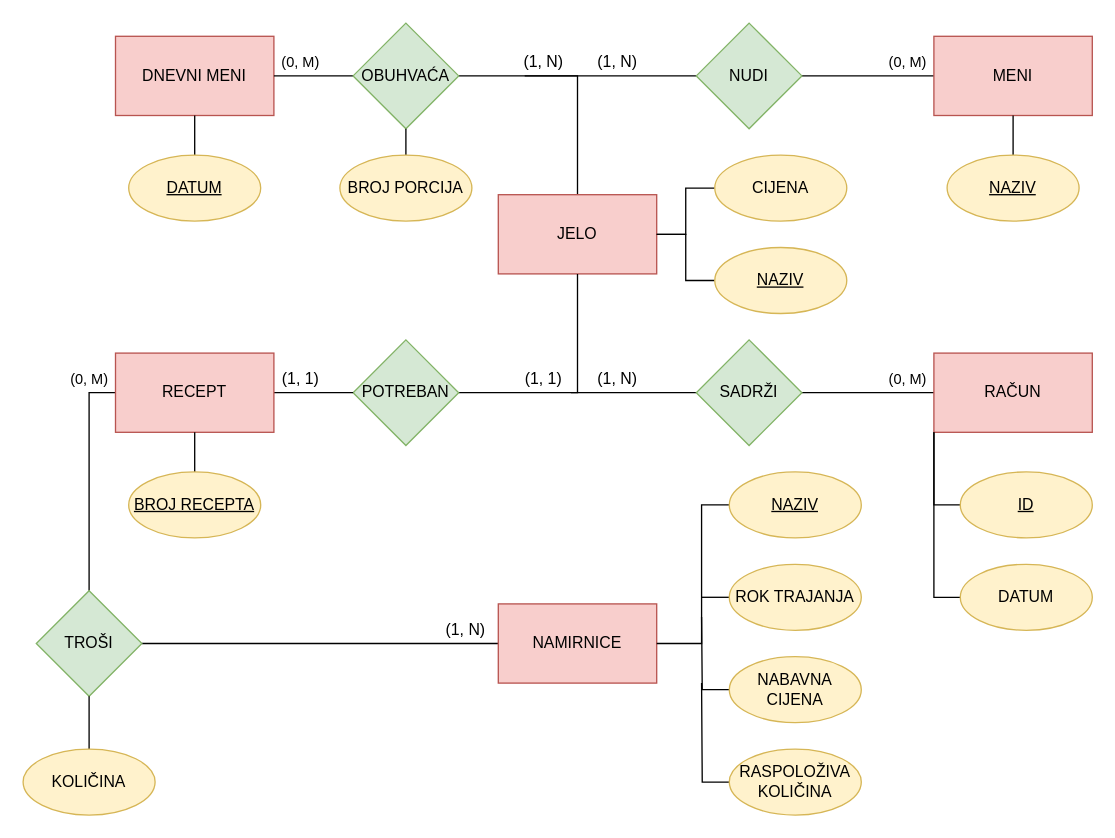
42-6f-17e-6f-20-44-75-72-64-6f-76/bazePodataka keeps this draw.io diagram as restoran.drawio. Above is the earlier version. Source tidied: cells renumbered, new cells numbered last; positions are measured from the earlier drawing's top-left corner, leaving out a move shared by most shapes. Both pictures are drawn from the tidied source at 132%, with x=0, y=0 at pixel (22, 22).
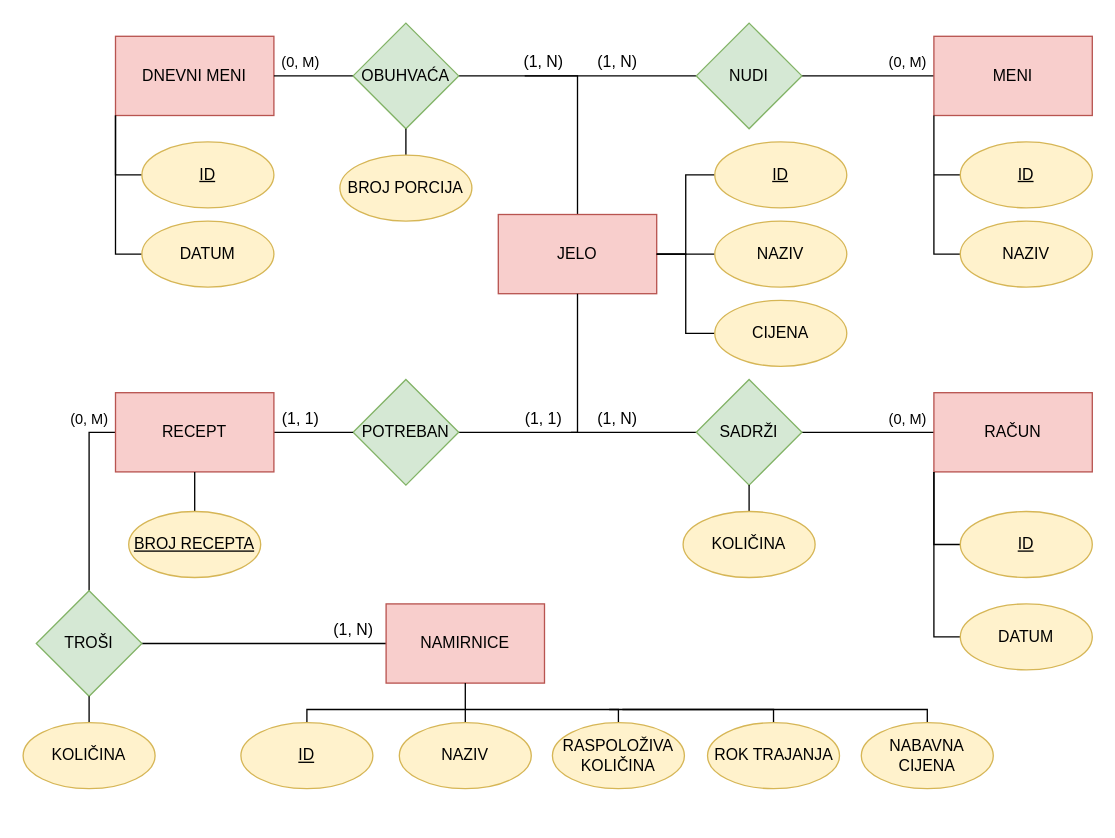
The same page after the edit.

Unchanged cells that the change refers to:
```xml
<mxCell id="2" value="DNEVNI MENI" style="rounded=0;whiteSpace=wrap;html=1;fillColor=#f8cecc;strokeColor=#b85450;" parent="1" vertex="1">
  <mxGeometry x="70" y="10" width="120" height="60" as="geometry" />
</mxCell>
<mxCell id="10" value="MENI" style="rounded=0;whiteSpace=wrap;html=1;fillColor=#f8cecc;strokeColor=#b85450;" parent="1" vertex="1">
  <mxGeometry x="690" y="10" width="120" height="60" as="geometry" />
</mxCell>
<mxCell id="20" value="TROŠI" style="rhombus;whiteSpace=wrap;html=1;fillColor=#d5e8d4;strokeColor=#82b366;" parent="1" vertex="1">
  <mxGeometry x="10" y="430" width="80" height="80" as="geometry" />
</mxCell>
```

What changed in the source:
```diff
@@
     <mxCell id="6" value="JELO" style="rounded=0;whiteSpace=wrap;html=1;fillColor=#f8cecc;strokeColor=#b85450;" parent="1" vertex="1">
-      <mxGeometry x="360" y="130" width="120" height="60" as="geometry" />
+      <mxGeometry x="360" y="145" width="120" height="60" as="geometry" />
     </mxCell>
@@
     <mxCell id="11" style="edgeStyle=orthogonalEdgeStyle;rounded=0;jettySize=auto;html=1;endArrow=none;endFill=0;" parent="1" edge="1" source="13">
       <mxGeometry relative="1" as="geometry">
-        <mxPoint x="415" y="280" as="targetPoint" />
+        <mxPoint x="415" y="310" as="targetPoint" />
       </mxGeometry>
     </mxCell>
@@
     <mxCell id="13" value="SADRŽI" style="rhombus;whiteSpace=wrap;html=1;fillColor=#d5e8d4;strokeColor=#82b366;" parent="1" vertex="1">
-      <mxGeometry x="510" y="240" width="80" height="80" as="geometry" />
+      <mxGeometry x="510" y="270" width="80" height="80" as="geometry" />
     </mxCell>
@@
     <mxCell id="15" value="POTREBAN" style="rhombus;whiteSpace=wrap;html=1;fillColor=#d5e8d4;strokeColor=#82b366;" parent="1" vertex="1">
-      <mxGeometry x="250" y="240" width="80" height="80" as="geometry" />
+      <mxGeometry x="250" y="270" width="80" height="80" as="geometry" />
     </mxCell>
     <mxCell id="16" value="RAČUN" style="rounded=0;whiteSpace=wrap;html=1;fillColor=#f8cecc;strokeColor=#b85450;" parent="1" vertex="1">
-      <mxGeometry x="690" y="250" width="120" height="60" as="geometry" />
+      <mxGeometry x="690" y="280" width="120" height="60" as="geometry" />
     </mxCell>
@@
-    <mxCell id="18" style="edgeStyle=orthogonalEdgeStyle;rounded=0;jettySize=auto;html=1;entryX=0;entryY=0.5;entryDx=0;entryDy=0;endArrow=none;endFill=0;" parent="1" edge="1" source="20" target="28">
+    <mxCell id="18" style="edgeStyle=orthogonalEdgeStyle;rounded=0;jettySize=auto;html=1;entryX=0;entryY=0.5;entryDx=0;entryDy=0;endArrow=none;endFill=0;exitX=0.5;exitY=0;exitDx=0;exitDy=0;" parent="1" edge="1" source="20" target="28">
       <mxGeometry relative="1" as="geometry" />
     </mxCell>
@@
     <mxCell id="21" value="NAMIRNICE" style="rounded=0;whiteSpace=wrap;html=1;fillColor=#f8cecc;strokeColor=#b85450;" parent="1" vertex="1">
-      <mxGeometry x="360" y="440" width="120" height="60" as="geometry" />
+      <mxGeometry x="275" y="440" width="120" height="60" as="geometry" />
     </mxCell>
@@
     <mxCell id="24" value="(1, N)" style="text;html=1;align=center;verticalAlign=middle;" parent="1" vertex="1">
-      <mxGeometry x="425" y="260" width="50" height="20" as="geometry" />
+      <mxGeometry x="425" y="290" width="50" height="20" as="geometry" />
     </mxCell>
     <mxCell id="25" value="(1, 1)" style="text;html=1;align=center;verticalAlign=middle;" parent="1" vertex="1">
-      <mxGeometry x="374" y="260" width="40" height="20" as="geometry" />
+      <mxGeometry x="374" y="290" width="40" height="20" as="geometry" />
     </mxCell>
     <mxCell id="26" value="(1, 1)" style="text;html=1;align=center;verticalAlign=middle;" parent="1" vertex="1">
-      <mxGeometry x="190" y="260" width="40" height="20" as="geometry" />
+      <mxGeometry x="190" y="290" width="40" height="20" as="geometry" />
     </mxCell>
     <mxCell id="27" value="(1, N)" style="text;html=1;align=center;verticalAlign=middle;" parent="1" vertex="1">
-      <mxGeometry x="310" y="450" width="50" height="20" as="geometry" />
+      <mxGeometry x="225" y="450" width="50" height="20" as="geometry" />
     </mxCell>
     <mxCell id="28" value="RECEPT" style="rounded=0;whiteSpace=wrap;html=1;fillColor=#f8cecc;strokeColor=#b85450;" parent="1" vertex="1">
-      <mxGeometry x="70" y="250" width="120" height="60" as="geometry" />
+      <mxGeometry x="70" y="280" width="120" height="60" as="geometry" />
     </mxCell>
     <mxCell id="29" value="&lt;span style=&quot;font-size: 11px ; background-color: rgb(255 , 255 , 255)&quot;&gt;(0, M)&lt;/span&gt;" style="text;html=1;align=center;verticalAlign=middle;" parent="1" vertex="1">
-      <mxGeometry x="30" y="260" width="40" height="20" as="geometry" />
+      <mxGeometry x="30" y="290" width="40" height="20" as="geometry" />
     </mxCell>
@@
     <mxCell id="32" value="&lt;span style=&quot;font-size: 11px ; background-color: rgb(255 , 255 , 255)&quot;&gt;(0, M)&lt;/span&gt;" style="text;html=1;align=center;verticalAlign=middle;" parent="1" vertex="1">
-      <mxGeometry x="650" y="260" width="40" height="20" as="geometry" />
+      <mxGeometry x="650" y="290" width="40" height="20" as="geometry" />
     </mxCell>
@@
     <mxCell id="34" value="&lt;span&gt;KOLIČINA&lt;/span&gt;" style="ellipse;whiteSpace=wrap;html=1;glass=0;fillColor=#fff2cc;strokeColor=#d6b656;" parent="1" vertex="1">
-      <mxGeometry y="550" width="100" height="50" as="geometry" />
+      <mxGeometry y="530" width="100" height="50" as="geometry" />
     </mxCell>
@@
     <mxCell id="36" value="BROJ RECEPTA" style="ellipse;whiteSpace=wrap;html=1;glass=0;fillColor=#fff2cc;strokeColor=#d6b656;fontStyle=4;" parent="1" vertex="1">
-      <mxGeometry x="80" y="340" width="100" height="50" as="geometry" />
+      <mxGeometry x="80" y="370" width="100" height="50" as="geometry" />
     </mxCell>
-    <mxCell id="37" style="edgeStyle=orthogonalEdgeStyle;rounded=0;jettySize=auto;html=1;endArrow=none;endFill=0;" parent="1" edge="1" source="38">
-      <mxGeometry relative="1" as="geometry">
-        <mxPoint x="514" y="450" as="targetPoint" />
-      </mxGeometry>
-    </mxCell>
+    <mxCell id="59" style="edgeStyle=orthogonalEdgeStyle;rounded=0;jettySize=auto;html=1;endArrow=none;endFill=0;" parent="1" edge="1" source="38">
+      <mxGeometry relative="1" as="geometry">
+        <mxPoint x="444" y="520" as="targetPoint" />
+        <Array as="points">
+          <mxPoint x="685" y="520" />
+        </Array>
+      </mxGeometry>
+    </mxCell>
     <mxCell id="38" value="&lt;span&gt;NABAVNA CIJENA&lt;/span&gt;" style="ellipse;whiteSpace=wrap;html=1;glass=0;fillColor=#fff2cc;strokeColor=#d6b656;" parent="1" vertex="1">
-      <mxGeometry x="535" y="480" width="100" height="50" as="geometry" />
+      <mxGeometry x="635" y="530" width="100" height="50" as="geometry" />
     </mxCell>
-    <mxCell id="39" style="edgeStyle=orthogonalEdgeStyle;rounded=0;jettySize=auto;html=1;endArrow=none;endFill=0;" parent="1" edge="1" source="40">
-      <mxGeometry relative="1" as="geometry">
-        <mxPoint x="514" y="435" as="targetPoint" />
-      </mxGeometry>
-    </mxCell>
+    <mxCell id="60" style="edgeStyle=orthogonalEdgeStyle;rounded=0;jettySize=auto;html=1;endArrow=none;endFill=0;" parent="1" edge="1" source="40">
+      <mxGeometry relative="1" as="geometry">
+        <mxPoint x="454" y="520" as="targetPoint" />
+        <Array as="points">
+          <mxPoint x="569" y="520" />
+        </Array>
+      </mxGeometry>
+    </mxCell>
     <mxCell id="40" value="&lt;span&gt;ROK TRAJANJA&lt;/span&gt;" style="ellipse;whiteSpace=wrap;html=1;glass=0;fillColor=#fff2cc;strokeColor=#d6b656;" parent="1" vertex="1">
-      <mxGeometry x="535" y="410" width="100" height="50" as="geometry" />
+      <mxGeometry x="518.5" y="530" width="100" height="50" as="geometry" />
     </mxCell>
-    <mxCell id="41" style="edgeStyle=orthogonalEdgeStyle;rounded=0;jettySize=auto;html=1;entryX=1;entryY=0.5;entryDx=0;entryDy=0;endArrow=none;endFill=0;" parent="1" edge="1" source="42" target="21">
-      <mxGeometry relative="1" as="geometry">
-        <Array as="points">
-          <mxPoint x="514" y="365" />
-          <mxPoint x="514" y="470" />
-          <mxPoint x="480" y="470" />
-        </Array>
-      </mxGeometry>
+    <mxCell id="41" style="edgeStyle=orthogonalEdgeStyle;rounded=0;jettySize=auto;html=1;entryX=0.5;entryY=1;entryDx=0;entryDy=0;endArrow=none;endFill=0;" parent="1" edge="1" source="42" target="21">
+      <mxGeometry relative="1" as="geometry" />
     </mxCell>
-    <mxCell id="42" value="&lt;span&gt;NAZIV&lt;/span&gt;" style="ellipse;whiteSpace=wrap;html=1;glass=0;fontStyle=4;fillColor=#fff2cc;strokeColor=#d6b656;" parent="1" vertex="1">
-      <mxGeometry x="535" y="340" width="100" height="50" as="geometry" />
+    <mxCell id="42" value="&lt;span&gt;NAZIV&lt;/span&gt;" style="ellipse;whiteSpace=wrap;html=1;glass=0;fontStyle=0;fillColor=#fff2cc;strokeColor=#d6b656;" parent="1" vertex="1">
+      <mxGeometry x="285" y="530" width="100" height="50" as="geometry" />
     </mxCell>
-    <mxCell id="43" style="edgeStyle=orthogonalEdgeStyle;rounded=0;jettySize=auto;html=1;endArrow=none;endFill=0;" parent="1" edge="1" source="44">
-      <mxGeometry relative="1" as="geometry">
-        <mxPoint x="514" y="500" as="targetPoint" />
-      </mxGeometry>
-    </mxCell>
+    <mxCell id="61" style="edgeStyle=orthogonalEdgeStyle;rounded=0;jettySize=auto;html=1;endArrow=none;endFill=0;" parent="1" edge="1" source="44">
+      <mxGeometry relative="1" as="geometry">
+        <mxPoint x="334" y="520" as="targetPoint" />
+        <Array as="points">
+          <mxPoint x="451" y="520" />
+        </Array>
+      </mxGeometry>
+    </mxCell>
     <mxCell id="44" value="&lt;span&gt;RASPOLOŽIVA KOLIČINA&lt;/span&gt;" style="ellipse;whiteSpace=wrap;html=1;glass=0;fillColor=#fff2cc;strokeColor=#d6b656;" parent="1" vertex="1">
-      <mxGeometry x="535" y="550" width="100" height="50" as="geometry" />
+      <mxGeometry x="401" y="530" width="100" height="50" as="geometry" />
     </mxCell>
@@
     <mxCell id="46" value="&lt;span&gt;DATUM&lt;/span&gt;" style="ellipse;whiteSpace=wrap;html=1;glass=0;fillColor=#fff2cc;strokeColor=#d6b656;" parent="1" vertex="1">
-      <mxGeometry x="710" y="410" width="100" height="50" as="geometry" />
+      <mxGeometry x="710" y="440" width="100" height="50" as="geometry" />
     </mxCell>
@@
     <mxCell id="48" value="&lt;span&gt;ID&lt;/span&gt;" style="ellipse;whiteSpace=wrap;html=1;glass=0;fontStyle=4;fillColor=#fff2cc;strokeColor=#d6b656;" parent="1" vertex="1">
-      <mxGeometry x="710" y="340" width="100" height="50" as="geometry" />
+      <mxGeometry x="710" y="370" width="100" height="50" as="geometry" />
     </mxCell>
-    <mxCell id="49" style="edgeStyle=orthogonalEdgeStyle;rounded=0;jettySize=auto;html=1;endArrow=none;endFill=0;" parent="1" edge="1" source="50" target="2">
+    <mxCell id="49" style="edgeStyle=orthogonalEdgeStyle;rounded=0;jettySize=auto;html=1;endArrow=none;endFill=0;entryX=0;entryY=1;entryDx=0;entryDy=0;exitX=0;exitY=0.5;exitDx=0;exitDy=0;" parent="1" edge="1" source="50" target="2">
       <mxGeometry relative="1" as="geometry" />
     </mxCell>
-    <mxCell id="50" value="DATUM" style="ellipse;whiteSpace=wrap;html=1;glass=0;fillColor=#fff2cc;strokeColor=#d6b656;fontStyle=4;" parent="1" vertex="1">
-      <mxGeometry x="80" y="100" width="100" height="50" as="geometry" />
+    <mxCell id="50" value="ID" style="ellipse;whiteSpace=wrap;html=1;glass=0;fillColor=#fff2cc;strokeColor=#d6b656;fontStyle=4;" parent="1" vertex="1">
+      <mxGeometry x="90" y="90" width="100" height="50" as="geometry" />
     </mxCell>
@@
-    <mxCell id="54" value="&lt;span&gt;NAZIV&lt;/span&gt;" style="ellipse;whiteSpace=wrap;html=1;glass=0;fillColor=#fff2cc;strokeColor=#d6b656;fontStyle=4;" parent="1" vertex="1">
-      <mxGeometry x="524" y="170" width="100" height="50" as="geometry" />
+    <mxCell id="54" value="&lt;span&gt;NAZIV&lt;/span&gt;" style="ellipse;whiteSpace=wrap;html=1;glass=0;fillColor=#fff2cc;strokeColor=#d6b656;fontStyle=0;" parent="1" vertex="1">
+      <mxGeometry x="524" y="150" width="100" height="50" as="geometry" />
     </mxCell>
@@
     <mxCell id="56" value="CIJENA" style="ellipse;whiteSpace=wrap;html=1;glass=0;fillColor=#fff2cc;strokeColor=#d6b656;fontStyle=0;" parent="1" vertex="1">
-      <mxGeometry x="524" y="100" width="100" height="50" as="geometry" />
+      <mxGeometry x="524" y="210" width="100" height="50" as="geometry" />
     </mxCell>
-    <mxCell id="57" style="edgeStyle=orthogonalEdgeStyle;rounded=0;jettySize=auto;html=1;entryX=0.5;entryY=1;entryDx=0;entryDy=0;endArrow=none;endFill=0;" parent="1" edge="1" source="58" target="10">
+    <mxCell id="57" style="edgeStyle=orthogonalEdgeStyle;rounded=0;jettySize=auto;html=1;endArrow=none;endFill=0;entryX=0;entryY=1;entryDx=0;entryDy=0;exitX=0;exitY=0.5;exitDx=0;exitDy=0;" parent="1" edge="1" source="58" target="10">
       <mxGeometry relative="1" as="geometry" />
     </mxCell>
-    <mxCell id="58" value="&lt;span&gt;NAZIV&lt;/span&gt;" style="ellipse;whiteSpace=wrap;html=1;glass=0;fillColor=#fff2cc;strokeColor=#d6b656;fontStyle=4;" parent="1" vertex="1">
-      <mxGeometry x="700" y="100" width="100" height="50" as="geometry" />
+    <mxCell id="58" value="&lt;span&gt;NAZIV&lt;/span&gt;" style="ellipse;whiteSpace=wrap;html=1;glass=0;fillColor=#fff2cc;strokeColor=#d6b656;fontStyle=0;" parent="1" vertex="1">
+      <mxGeometry x="710" y="150" width="100" height="50" as="geometry" />
     </mxCell>
+    <mxCell id="62" style="edgeStyle=orthogonalEdgeStyle;rounded=0;jettySize=auto;html=1;exitX=0.5;exitY=0;exitDx=0;exitDy=0;entryX=0.5;entryY=1;entryDx=0;entryDy=0;endArrow=none;endFill=0;" parent="1" edge="1" source="63" target="13">
+      <mxGeometry relative="1" as="geometry" />
+    </mxCell>
+    <mxCell id="63" value="KOLIČINA" style="ellipse;whiteSpace=wrap;html=1;glass=0;fillColor=#fff2cc;strokeColor=#d6b656;fontStyle=0;" parent="1" vertex="1">
+      <mxGeometry x="500" y="370" width="100" height="50" as="geometry" />
+    </mxCell>
+    <mxCell id="64" style="edgeStyle=orthogonalEdgeStyle;rounded=0;jettySize=auto;html=1;endArrow=none;endFill=0;" parent="1" edge="1" source="65">
+      <mxGeometry relative="1" as="geometry">
+        <mxPoint x="694" y="115" as="targetPoint" />
+      </mxGeometry>
+    </mxCell>
+    <mxCell id="65" value="&lt;span&gt;ID&lt;/span&gt;" style="ellipse;whiteSpace=wrap;html=1;glass=0;fillColor=#fff2cc;strokeColor=#d6b656;fontStyle=4;" parent="1" vertex="1">
+      <mxGeometry x="710" y="90" width="100" height="50" as="geometry" />
+    </mxCell>
+    <mxCell id="66" style="edgeStyle=orthogonalEdgeStyle;rounded=0;jettySize=auto;html=1;entryX=0;entryY=1;entryDx=0;entryDy=0;endArrow=none;endFill=0;exitX=0;exitY=0.5;exitDx=0;exitDy=0;" parent="1" edge="1" source="67" target="2">
+      <mxGeometry relative="1" as="geometry" />
+    </mxCell>
+    <mxCell id="67" value="DATUM" style="ellipse;whiteSpace=wrap;html=1;glass=0;fillColor=#fff2cc;strokeColor=#d6b656;fontStyle=0;" parent="1" vertex="1">
+      <mxGeometry x="90" y="150" width="100" height="50" as="geometry" />
+    </mxCell>
+    <mxCell id="68" style="edgeStyle=orthogonalEdgeStyle;rounded=0;jettySize=auto;html=1;endArrow=none;endFill=0;" parent="1" edge="1" source="69">
+      <mxGeometry relative="1" as="geometry">
+        <mxPoint x="334" y="520" as="targetPoint" />
+        <Array as="points">
+          <mxPoint x="215" y="520" />
+        </Array>
+      </mxGeometry>
+    </mxCell>
+    <mxCell id="69" value="&lt;span&gt;ID&lt;/span&gt;" style="ellipse;whiteSpace=wrap;html=1;glass=0;fontStyle=4;fillColor=#fff2cc;strokeColor=#d6b656;" parent="1" vertex="1">
+      <mxGeometry x="165" y="530" width="100" height="50" as="geometry" />
+    </mxCell>
+    <mxCell id="70" style="edgeStyle=orthogonalEdgeStyle;rounded=0;jettySize=auto;html=1;entryX=1;entryY=0.5;entryDx=0;entryDy=0;endArrow=none;endFill=0;" parent="1" edge="1" source="71" target="6">
+      <mxGeometry relative="1" as="geometry" />
+    </mxCell>
+    <mxCell id="71" value="&lt;span&gt;ID&lt;/span&gt;" style="ellipse;whiteSpace=wrap;html=1;glass=0;fillColor=#fff2cc;strokeColor=#d6b656;fontStyle=4;" parent="1" vertex="1">
+      <mxGeometry x="524" y="90" width="100" height="50" as="geometry" />
+    </mxCell>
```
